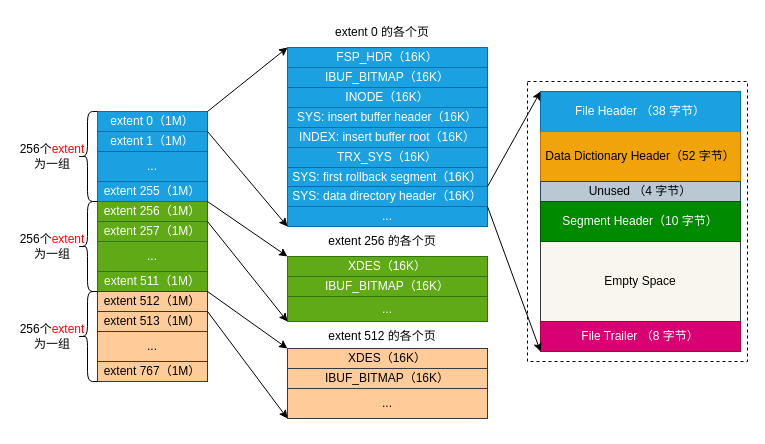
Above: page "Data Dictionary Header" (29 of 30) of mysql/mysql.drawio in josek43326/draw.io (draw.io), before the change. Source tidied: cells renumbered, new cells numbered last; positions are measured from the earlier drawing's top-left corner, leaving out a move shared by most shapes. Both pictures are drawn from the tidied source at 100%, with x=0, y=0 at pixel (17, 17).
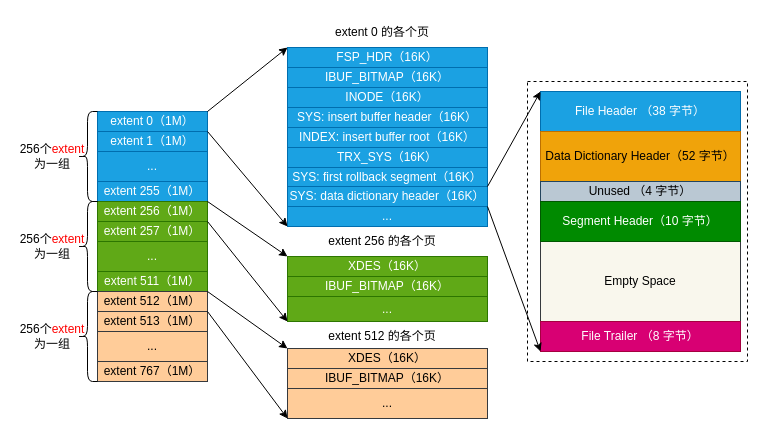
The same page after the edit.

What changed in the source:
```diff
@@
-    <mxCell id="44" value="SYS: data directory header（16K）" style="rounded=0;whiteSpace=wrap;html=1;fillColor=#1ba1e2;fontColor=#ffffff;strokeColor=#006EAF;" parent="1" vertex="1">
+    <mxCell id="44" value="SYS: data dictionary header（16K）" style="rounded=0;whiteSpace=wrap;html=1;fillColor=#1ba1e2;fontColor=#ffffff;strokeColor=#006EAF;" parent="1" vertex="1">
       <mxGeometry x="270" y="169" width="200" height="20" as="geometry" />
     </mxCell>
```
